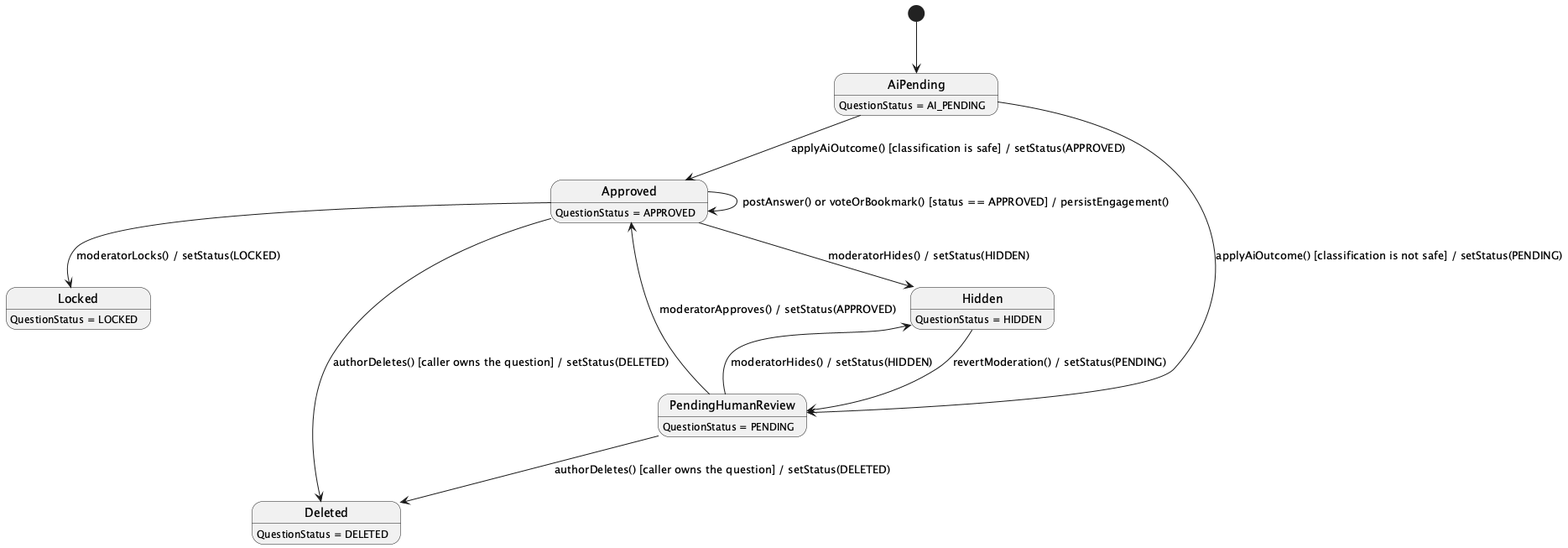
Earlier version of the PlantUML export 03_Design/Detailed_Design/MF04_Community_QA_Moderation/images/01_Community_QA_Search_and_Engagement_StateChartDiagram.png (ChuongBDHE172784/CareBridge_SEP490_G79).
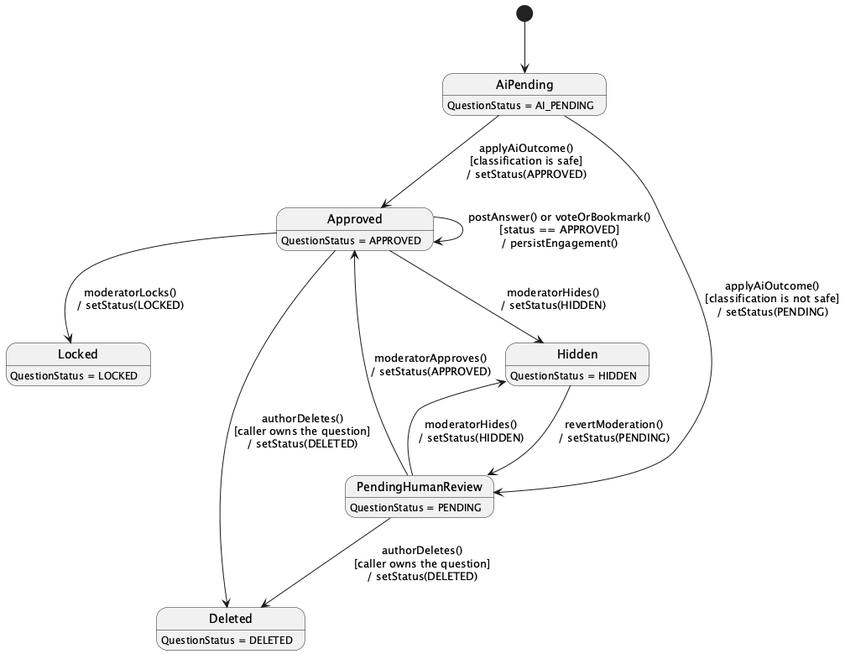
After the change.

Diff of the diagram source:
```diff
@@ -1,17 +1,17 @@
-@startuml
+@startuml StateChartDiagram_01CommunityQASearchandEngagement
 hide empty description
 [*] --> AiPending
 
-AiPending --> Approved : applyAiOutcome() [classification is safe] / setStatus(APPROVED)
-AiPending --> PendingHumanReview : applyAiOutcome() [classification is not safe] / setStatus(PENDING)
-PendingHumanReview --> Approved : moderatorApproves() / setStatus(APPROVED)
-Approved --> Hidden : moderatorHides() / setStatus(HIDDEN)
-PendingHumanReview --> Hidden : moderatorHides() / setStatus(HIDDEN)
-Hidden --> PendingHumanReview : revertModeration() / setStatus(PENDING)
-Approved --> Locked : moderatorLocks() / setStatus(LOCKED)
-Approved --> Approved : postAnswer() or voteOrBookmark() [status == APPROVED] / persistEngagement()
-Approved --> Deleted : authorDeletes() [caller owns the question] / setStatus(DELETED)
-PendingHumanReview --> Deleted : authorDeletes() [caller owns the question] / setStatus(DELETED)
+AiPending --> Approved : applyAiOutcome()\n[classification is safe]\n/ setStatus(APPROVED)
+AiPending --> PendingHumanReview : applyAiOutcome()\n[classification is not safe]\n/ setStatus(PENDING)
+PendingHumanReview --> Approved : moderatorApproves()\n/ setStatus(APPROVED)
+Approved --> Hidden : moderatorHides()\n/ setStatus(HIDDEN)
+PendingHumanReview --> Hidden : moderatorHides()\n/ setStatus(HIDDEN)
+Hidden --> PendingHumanReview : revertModeration()\n/ setStatus(PENDING)
+Approved --> Locked : moderatorLocks()\n/ setStatus(LOCKED)
+Approved --> Approved : postAnswer() or voteOrBookmark()\n[status == APPROVED]\n/ persistEngagement()
+Approved --> Deleted : authorDeletes()\n[caller owns the question]\n/ setStatus(DELETED)
+PendingHumanReview --> Deleted : authorDeletes()\n[caller owns the question]\n/ setStatus(DELETED)
 
 AiPending : QuestionStatus = AI_PENDING
 PendingHumanReview : QuestionStatus = PENDING
```
